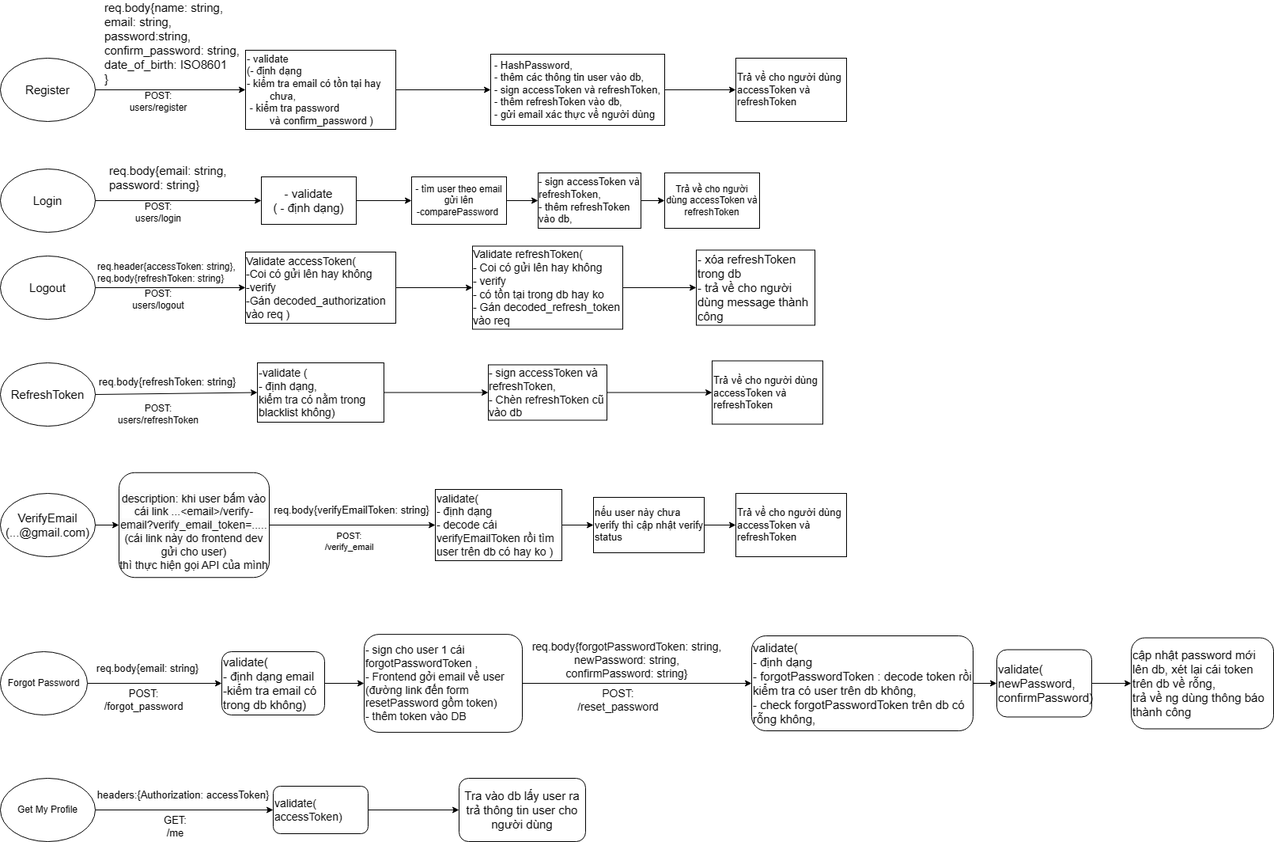
Above: processes.drawio.png in nghia111/Twitter_API (draw.io), before the change. Source tidied: cells renumbered, new cells last; positions are measured from the earlier drawing's top-left corner, leaving out a move shared by most shapes.
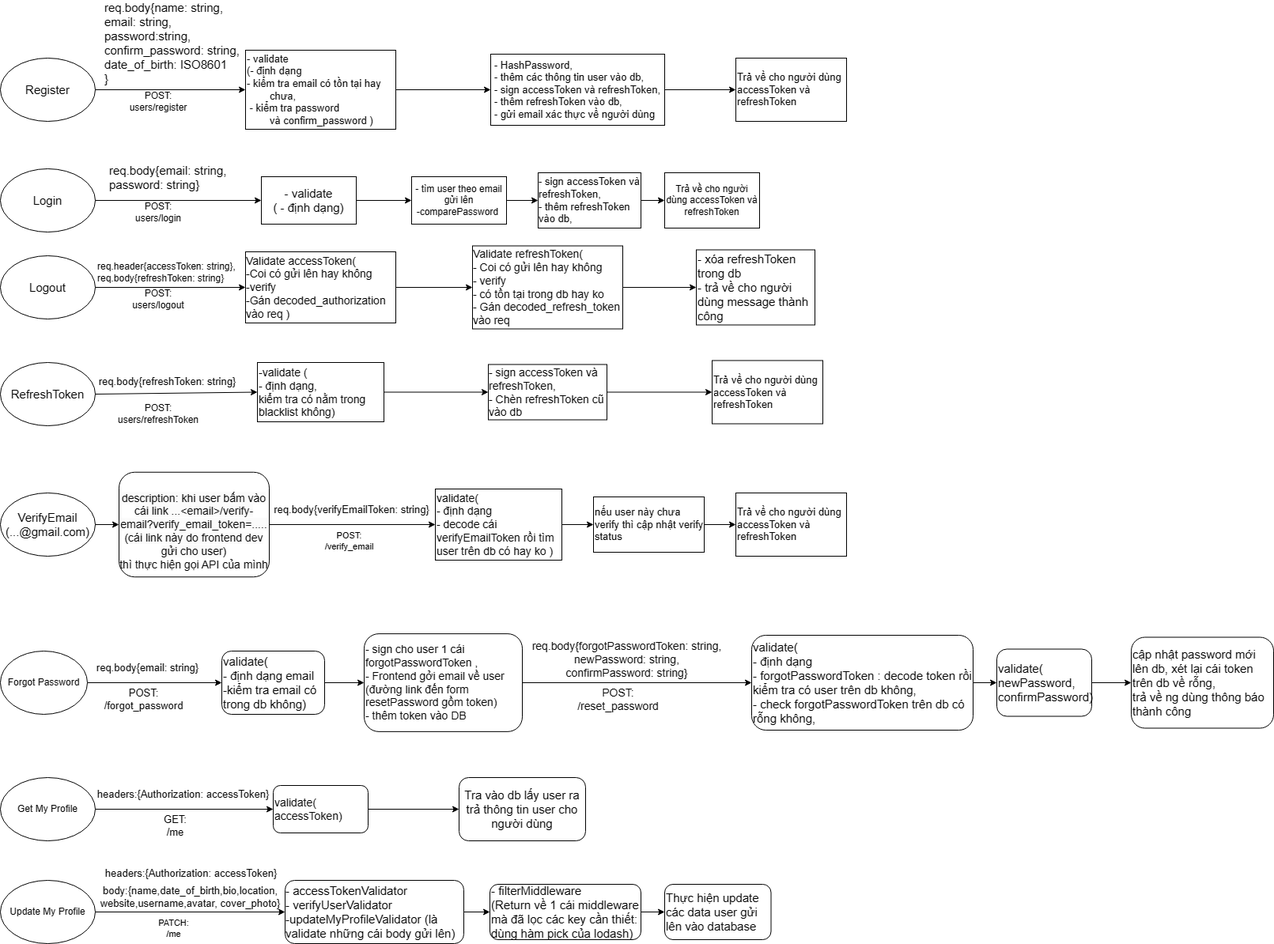
Above is the later version.

Commit message:
Cập nhật processes.drawio.png

Change to the diagram source:
```diff
@@ -237,5 +237,39 @@
     <mxCell id="72" value="&lt;font style=&quot;font-size: 15px;&quot;&gt;Tra vào db lấy user ra trả thông tin user cho người dùng&lt;/font&gt;" style="whiteSpace=wrap;html=1;rounded=1;" parent="1" vertex="1">
       <mxGeometry x="580" y="920" width="160" height="80" as="geometry" />
     </mxCell>
+    <mxCell id="73" style="edgeStyle=orthogonalEdgeStyle;rounded=0;jettySize=auto;html=1;entryX=0;entryY=0.5;entryDx=0;entryDy=0;" parent="1" edge="1" source="76" target="78">
+      <mxGeometry relative="1" as="geometry" />
+    </mxCell>
+    <mxCell id="74" value="PATCH:&lt;br&gt;/me" style="edgeLabel;html=1;align=center;verticalAlign=middle;" parent="73" vertex="1">
+      <mxGeometry x="-0.23" y="2" relative="1" as="geometry">
+        <mxPoint x="5" y="22" as="offset" />
+      </mxGeometry>
+    </mxCell>
+    <mxCell id="75" value="&lt;font style=&quot;font-size: 13px;&quot;&gt;body:{name,date_of_birth,bio,location, &lt;br&gt;website,username,avatar, cover_photo}&lt;/font&gt;" style="edgeLabel;html=1;align=center;verticalAlign=middle;" parent="73" vertex="1">
+      <mxGeometry x="-0.52" y="3" relative="1" as="geometry">
+        <mxPoint x="61" y="-17" as="offset" />
+      </mxGeometry>
+    </mxCell>
+    <mxCell id="76" value="Update My Profile" style="ellipse;whiteSpace=wrap;html=1;" parent="1" vertex="1">
+      <mxGeometry y="1050" width="120" height="80" as="geometry" />
+    </mxCell>
+    <mxCell id="77" style="edgeStyle=orthogonalEdgeStyle;rounded=0;jettySize=auto;html=1;" parent="1" edge="1" source="78" target="81">
+      <mxGeometry relative="1" as="geometry" />
+    </mxCell>
+    <mxCell id="78" value="&lt;div style=&quot;text-align: left; font-size: 15px;&quot;&gt;&lt;span style=&quot;background-color: initial;&quot;&gt;&lt;font style=&quot;font-size: 15px;&quot;&gt;- accessTokenValidator&lt;/font&gt;&lt;/span&gt;&lt;/div&gt;&lt;font style=&quot;font-size: 15px;&quot;&gt;&lt;div style=&quot;text-align: left;&quot;&gt;&lt;span style=&quot;background-color: initial;&quot;&gt;- verifyUserValidator&lt;/span&gt;&lt;/div&gt;&lt;/font&gt;&lt;div style=&quot;text-align: left; font-size: 15px;&quot;&gt;&lt;font style=&quot;font-size: 15px;&quot;&gt;-updateMyProfileValidator (là validate những cái body gửi lên)&lt;/font&gt;&lt;/div&gt;" style="rounded=1;whiteSpace=wrap;html=1;" parent="1" vertex="1">
+      <mxGeometry x="360" y="1050" width="226" height="80" as="geometry" />
+    </mxCell>
+    <mxCell id="79" value="&lt;font style=&quot;font-size: 13px;&quot;&gt;headers:{Authorization: accessToken}&lt;/font&gt;" style="edgeLabel;html=1;align=center;verticalAlign=middle;" parent="1" vertex="1">
+      <mxGeometry x="240" y="1040" as="geometry" />
+    </mxCell>
+    <mxCell id="80" style="edgeStyle=orthogonalEdgeStyle;rounded=0;jettySize=auto;html=1;" parent="1" edge="1" source="81" target="82">
+      <mxGeometry relative="1" as="geometry" />
+    </mxCell>
+    <mxCell id="81" value="&lt;font style=&quot;font-size: 15px;&quot;&gt;- filterMiddleware&lt;br&gt;(Return về 1 cái middleware mà đã lọc các key cần thiết: dùng hàm pick của lodash)&lt;/font&gt;" style="whiteSpace=wrap;html=1;rounded=1;align=left;" parent="1" vertex="1">
+      <mxGeometry x="619" y="1055" width="191" height="70" as="geometry" />
+    </mxCell>
+    <mxCell id="82" value="&lt;font style=&quot;font-size: 15px;&quot;&gt;Thực hiện update các data user gửi lên vào database&lt;/font&gt;" style="whiteSpace=wrap;html=1;align=left;rounded=1;" parent="1" vertex="1">
+      <mxGeometry x="840" y="1055" width="134.5" height="70" as="geometry" />
+    </mxCell>
   </root>
 </mxGraphModel>
```
